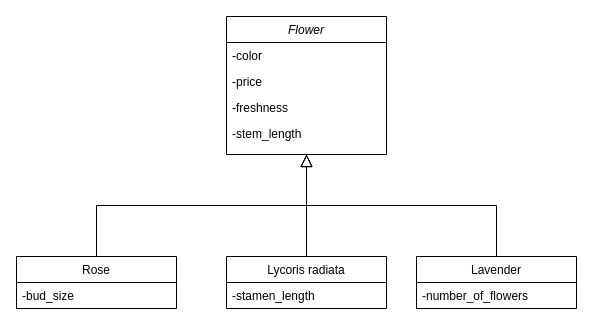
Before: Lab3.drawio in BakhirevKirill/draw-io, a draw.io diagram. Source tidied: cells renumbered, new cells numbered last; positions are measured from the earlier drawing's top-left corner, leaving out a move shared by most shapes. Both pictures are drawn from the tidied source at 100%, with x=0, y=0 at pixel (16, 16).
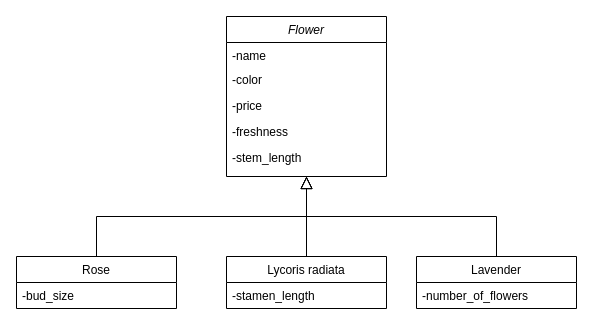
The same diagram, later.

Change to the diagram source:
```diff
@@
 <mxGraphModel>
   <root>
     <mxCell id="0" />
     <mxCell id="1" parent="0" />
     <mxCell id="2" value="Flower" style="swimlane;fontStyle=2;align=center;verticalAlign=top;horizontal=1;startSize=26;rounded=0;shadow=0;strokeWidth=1;" parent="1" vertex="1">
-      <mxGeometry x="210" width="160" height="138" as="geometry" />
+      <mxGeometry x="210" width="160" height="160" as="geometry" />
     </mxCell>
+    <mxCell id="16" value="-name" style="text;align=left;verticalAlign=top;spacingLeft=4;spacingRight=4;overflow=hidden;" parent="2" vertex="1">
+      <mxGeometry y="26" width="160" height="24" as="geometry" />
+    </mxCell>
     <mxCell id="3" value="-color" style="text;align=left;verticalAlign=top;spacingLeft=4;spacingRight=4;overflow=hidden;" parent="2" vertex="1">
-      <mxGeometry y="26" width="160" height="26" as="geometry" />
+      <mxGeometry y="50" width="160" height="26" as="geometry" />
     </mxCell>
     <mxCell id="4" value="-price" style="text;align=left;verticalAlign=top;spacingLeft=4;spacingRight=4;overflow=hidden;rounded=0;shadow=0;html=0;" parent="2" vertex="1">
-      <mxGeometry y="52" width="160" height="26" as="geometry" />
+      <mxGeometry y="76" width="160" height="26" as="geometry" />
     </mxCell>
     <mxCell id="5" value="-freshness" style="text;align=left;verticalAlign=top;spacingLeft=4;spacingRight=4;overflow=hidden;rounded=0;shadow=0;html=0;" parent="2" vertex="1">
-      <mxGeometry y="78" width="160" height="26" as="geometry" />
+      <mxGeometry y="102" width="160" height="26" as="geometry" />
     </mxCell>
     <mxCell id="6" value="-stem_length" style="text;align=left;verticalAlign=top;spacingLeft=4;spacingRight=4;overflow=hidden;" parent="2" vertex="1">
-      <mxGeometry y="104" width="160" height="26" as="geometry" />
+      <mxGeometry y="128" width="160" height="26" as="geometry" />
     </mxCell>
     <mxCell id="7" value="Rose" style="swimlane;fontStyle=0;align=center;verticalAlign=top;horizontal=1;startSize=26;rounded=0;shadow=0;strokeWidth=1;" parent="1" vertex="1">
       <mxGeometry y="240" width="160" height="52" as="geometry" />
     </mxCell>
     <mxCell id="8" value="-bud_size" style="text;align=left;verticalAlign=top;spacingLeft=4;spacingRight=4;overflow=hidden;" parent="7" vertex="1">
       <mxGeometry y="26" width="160" height="26" as="geometry" />
     </mxCell>
     <mxCell id="9" style="endArrow=block;endSize=10;endFill=0;shadow=0;strokeWidth=1;rounded=0;edgeStyle=elbowEdgeStyle;elbow=vertical;" parent="1" edge="1" source="7" target="2">
       <mxGeometry relative="1" as="geometry" />
     </mxCell>
     <mxCell id="10" value="Lycoris radiata" style="swimlane;fontStyle=0;align=center;verticalAlign=top;horizontal=1;startSize=26;rounded=0;shadow=0;strokeWidth=1;" parent="1" vertex="1">
       <mxGeometry x="210" y="240" width="160" height="52" as="geometry" />
     </mxCell>
     <mxCell id="11" value="-stamen_length" style="text;align=left;verticalAlign=top;spacingLeft=4;spacingRight=4;overflow=hidden;" parent="10" vertex="1">
       <mxGeometry y="26" width="160" height="26" as="geometry" />
     </mxCell>
     <mxCell id="12" style="endArrow=block;endSize=10;endFill=0;shadow=0;strokeWidth=1;rounded=0;edgeStyle=elbowEdgeStyle;elbow=vertical;" parent="1" edge="1" source="10" target="2">
       <mxGeometry relative="1" as="geometry" />
     </mxCell>
     <mxCell id="13" value="Lavender" style="swimlane;fontStyle=0;align=center;verticalAlign=top;horizontal=1;startSize=26;rounded=0;shadow=0;strokeWidth=1;" parent="1" vertex="1">
       <mxGeometry x="400" y="240" width="160" height="52" as="geometry" />
     </mxCell>
     <mxCell id="14" value="-number_of_flowers" style="text;align=left;verticalAlign=top;spacingLeft=4;spacingRight=4;overflow=hidden;" parent="13" vertex="1">
       <mxGeometry y="26" width="160" height="26" as="geometry" />
     </mxCell>
     <mxCell id="15" style="endArrow=block;endSize=10;endFill=0;shadow=0;strokeWidth=1;rounded=0;edgeStyle=elbowEdgeStyle;elbow=vertical;entryX=0.5;entryY=1;entryDx=0;entryDy=0;" parent="1" edge="1" source="13" target="2">
       <mxGeometry relative="1" as="geometry" />
     </mxCell>
   </root>
 </mxGraphModel>
```
